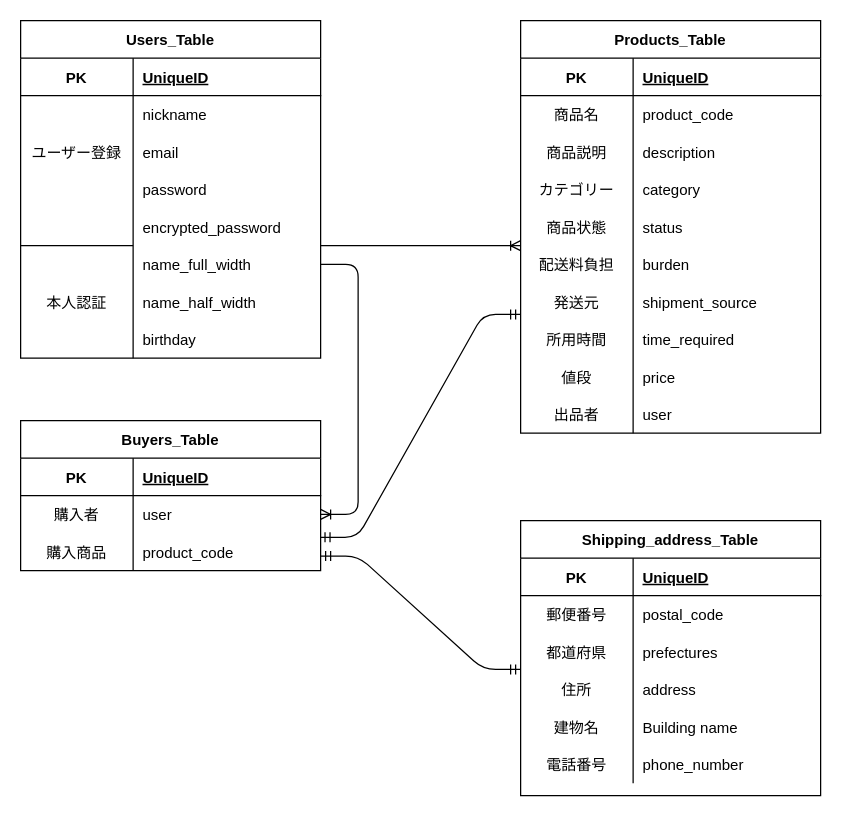
The draw.io diagram furima-35965.dio in naoyanman-hashimoto/furima-35965, before the edit. Source tidied: cells renumbered, new cells numbered last; positions are measured from the earlier drawing's top-left corner, leaving out a move shared by most shapes. Both pictures are drawn from the tidied source at 125%, with x=0, y=0 at pixel (20, 20).
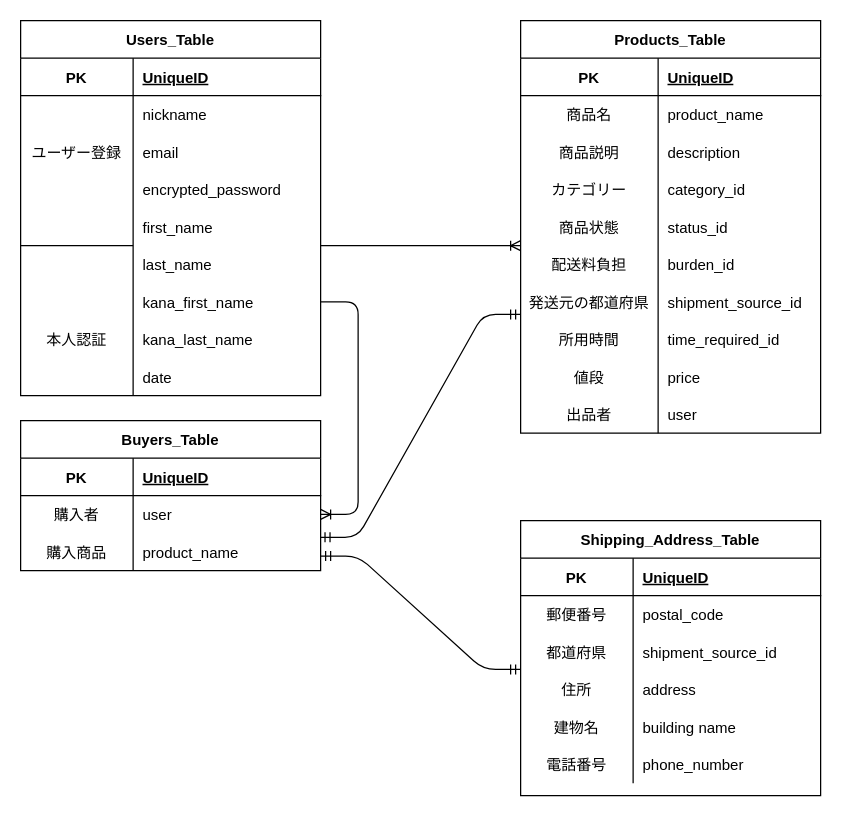
Above is the later version.

Commit message (it also covers changes not shown here):
READMEとER図の修正

The change refers to these unchanged cells:
```xml
<mxCell id="29" style="shape=partialRectangle;fillColor=none;top=0;left=0;bottom=1;right=0;" parent="28" vertex="1">
  <mxGeometry y="30" width="240" height="30" as="geometry" />
</mxCell>
<mxCell id="32" style="shape=partialRectangle;fillColor=none;top=0;left=0;bottom=0;right=0;" parent="28" vertex="1">
  <mxGeometry y="60" width="240" height="30" as="geometry" />
</mxCell>
<mxCell id="35" style="shape=partialRectangle;fillColor=none;top=0;left=0;bottom=0;right=0;" parent="28" vertex="1">
  <mxGeometry y="90" width="240" height="30" as="geometry" />
</mxCell>
<mxCell id="38" style="shape=partialRectangle;fillColor=none;top=0;left=0;bottom=0;right=0;" parent="28" vertex="1">
  <mxGeometry y="120" width="240" height="30" as="geometry" />
</mxCell>
<mxCell id="41" style="shape=partialRectangle;fillColor=none;top=0;left=0;bottom=0;right=0;" parent="28" vertex="1">
  <mxGeometry y="150" width="240" height="30" as="geometry" />
</mxCell>
<mxCell id="44" style="shape=partialRectangle;fillColor=none;top=0;left=0;bottom=0;right=0;points=[[0,0.5],[1,0.5]];portConstraint=eastwest;" parent="28" vertex="1">
  <mxGeometry y="180" width="240" height="30" as="geometry" />
</mxCell>
<mxCell id="47" style="shape=partialRectangle;fillColor=none;top=0;left=0;bottom=0;right=0;" parent="28" vertex="1">
  <mxGeometry y="210" width="240" height="30" as="geometry" />
</mxCell>
<mxCell id="50" style="shape=partialRectangle;fillColor=none;top=0;left=0;bottom=0;right=0;" parent="28" vertex="1">
  <mxGeometry y="240" width="240" height="30" as="geometry" />
</mxCell>
<mxCell id="53" style="shape=partialRectangle;fillColor=none;top=0;left=0;bottom=0;right=0;" parent="28" vertex="1">
  <mxGeometry y="270" width="240" height="30" as="geometry" />
</mxCell>
<mxCell id="56" style="shape=partialRectangle;fillColor=none;top=0;left=0;bottom=0;right=0;" parent="28" vertex="1">
  <mxGeometry y="300" width="240" height="30" as="geometry" />
</mxCell>
<mxCell id="63" style="shape=partialRectangle;fillColor=none;top=0;left=0;bottom=0;right=0;points=[[0,0.5],[1,0.5]];portConstraint=eastwest;" parent="59" vertex="1">
  <mxGeometry y="60" width="240" height="30" as="geometry" />
</mxCell>
<mxCell id="66" style="shape=partialRectangle;fillColor=none;top=0;left=0;bottom=0;right=0;points=[[0,0.5],[1,0.5]];portConstraint=eastwest;" parent="59" vertex="1">
  <mxGeometry y="90" width="240" height="30" as="geometry" />
</mxCell>
<mxCell id="79" style="shape=partialRectangle;fillColor=none;top=0;left=0;bottom=0;right=0;" parent="72" vertex="1">
  <mxGeometry y="90" width="240" height="30" as="geometry" />
</mxCell>
<mxCell id="85" style="shape=partialRectangle;fillColor=none;top=0;left=0;bottom=0;right=0;" parent="72" vertex="1">
  <mxGeometry y="150" width="240" height="30" as="geometry" />
</mxCell>
```

The edit, as a diff of the source:
```diff
@@
     <mxCell id="2" value="Users_Table" style="shape=table;startSize=30;childLayout=tableLayout;rowLines=0;fontStyle=1;align=center;" parent="1" vertex="1">
-      <mxGeometry width="240" height="270" as="geometry" />
+      <mxGeometry width="240" height="300" as="geometry" />
     </mxCell>
@@
-    <mxCell id="12" style="shape=partialRectangle;fillColor=none;top=0;left=0;bottom=0;right=0;" parent="2" vertex="1">
-      <mxGeometry y="120" width="240" height="30" as="geometry" />
-    </mxCell>
-    <mxCell id="13" style="shape=partialRectangle;fillColor=none;top=0;left=0;bottom=0;right=0;overflow=hidden;" parent="12" vertex="1">
-      <mxGeometry width="90" height="30" as="geometry" />
-    </mxCell>
-    <mxCell id="14" value="password" style="shape=partialRectangle;fillColor=none;top=0;left=0;bottom=0;right=0;align=left;spacingLeft=6;overflow=hidden;" parent="12" vertex="1">
-      <mxGeometry x="90" width="150" height="30" as="geometry" />
-    </mxCell>
     <mxCell id="15" style="shape=partialRectangle;fillColor=none;top=0;left=0;bottom=0;right=0;" parent="2" vertex="1">
-      <mxGeometry y="150" width="240" height="30" as="geometry" />
+      <mxGeometry y="120" width="240" height="30" as="geometry" />
     </mxCell>
@@
     <mxCell id="18" style="shape=partialRectangle;fillColor=none;top=0;left=0;bottom=0;right=0;points=[[0,0.5],[1,0.5]];portConstraint=eastwest;" parent="2" vertex="1">
-      <mxGeometry y="180" width="240" height="30" as="geometry" />
+      <mxGeometry y="150" width="240" height="30" as="geometry" />
     </mxCell>
@@
-    <mxCell id="20" value="name_full_width" style="shape=partialRectangle;fillColor=none;top=0;left=0;bottom=0;right=0;align=left;spacingLeft=6;overflow=hidden;" parent="18" vertex="1">
+    <mxCell id="20" value="first_name" style="shape=partialRectangle;fillColor=none;top=0;left=0;bottom=0;right=0;align=left;spacingLeft=6;overflow=hidden;" parent="18" vertex="1">
       <mxGeometry x="90" width="150" height="30" as="geometry" />
     </mxCell>
+    <mxCell id="92" style="shape=partialRectangle;fillColor=none;top=0;left=0;bottom=0;right=0;" parent="2" vertex="1">
+      <mxGeometry y="180" width="240" height="30" as="geometry" />
+    </mxCell>
+    <mxCell id="93" style="shape=partialRectangle;fillColor=none;top=0;left=0;bottom=0;right=0;overflow=hidden;" parent="92" vertex="1">
+      <mxGeometry width="90" height="30" as="geometry" />
+    </mxCell>
+    <mxCell id="94" value="last_name" style="shape=partialRectangle;fillColor=none;top=0;left=0;bottom=0;right=0;align=left;spacingLeft=6;overflow=hidden;" parent="92" vertex="1">
+      <mxGeometry x="90" width="150" height="30" as="geometry" />
+    </mxCell>
+    <mxCell id="95" style="shape=partialRectangle;fillColor=none;top=0;left=0;bottom=0;right=0;points=[[0,0.5],[1,0.5]];portConstraint=eastwest;" parent="2" vertex="1">
+      <mxGeometry y="210" width="240" height="30" as="geometry" />
+    </mxCell>
+    <mxCell id="96" style="shape=partialRectangle;fillColor=none;top=0;left=0;bottom=0;right=0;overflow=hidden;" parent="95" vertex="1">
+      <mxGeometry width="90" height="30" as="geometry" />
+    </mxCell>
+    <mxCell id="97" value="kana_first_name" style="shape=partialRectangle;fillColor=none;top=0;left=0;bottom=0;right=0;align=left;spacingLeft=6;overflow=hidden;" parent="95" vertex="1">
+      <mxGeometry x="90" width="150" height="30" as="geometry" />
+    </mxCell>
     <mxCell id="21" style="shape=partialRectangle;fillColor=none;top=0;left=0;bottom=0;right=0;" parent="2" vertex="1">
-      <mxGeometry y="210" width="240" height="30" as="geometry" />
+      <mxGeometry y="240" width="240" height="30" as="geometry" />
     </mxCell>
@@
-    <mxCell id="23" value="name_half_width" style="shape=partialRectangle;fillColor=none;top=0;left=0;bottom=0;right=0;align=left;spacingLeft=6;overflow=hidden;" parent="21" vertex="1">
+    <mxCell id="23" value="kana_last_name" style="shape=partialRectangle;fillColor=none;top=0;left=0;bottom=0;right=0;align=left;spacingLeft=6;overflow=hidden;" parent="21" vertex="1">
       <mxGeometry x="90" width="150" height="30" as="geometry" />
     </mxCell>
     <mxCell id="24" style="shape=partialRectangle;fillColor=none;top=0;left=0;bottom=0;right=0;" parent="2" vertex="1">
-      <mxGeometry y="240" width="240" height="30" as="geometry" />
+      <mxGeometry y="270" width="240" height="30" as="geometry" />
     </mxCell>
@@
-    <mxCell id="26" value="birthday" style="shape=partialRectangle;fillColor=none;top=0;left=0;bottom=0;right=0;align=left;spacingLeft=6;overflow=hidden;" parent="24" vertex="1">
+    <mxCell id="26" value="date" style="shape=partialRectangle;fillColor=none;top=0;left=0;bottom=0;right=0;align=left;spacingLeft=6;overflow=hidden;" parent="24" vertex="1">
       <mxGeometry x="90" width="150" height="30" as="geometry" />
     </mxCell>
@@
     <mxCell id="30" value="PK" style="shape=partialRectangle;fillColor=none;top=0;left=0;bottom=0;right=0;fontStyle=1;overflow=hidden;" parent="29" vertex="1">
-      <mxGeometry width="90" height="30" as="geometry" />
+      <mxGeometry width="110" height="30" as="geometry" />
     </mxCell>
     <mxCell id="31" value="UniqueID" style="shape=partialRectangle;fillColor=none;top=0;left=0;bottom=0;right=0;align=left;spacingLeft=6;fontStyle=5;overflow=hidden;" parent="29" vertex="1">
-      <mxGeometry x="90" width="150" height="30" as="geometry" />
+      <mxGeometry x="110" width="130" height="30" as="geometry" />
     </mxCell>
@@
     <mxCell id="33" value="商品名" style="shape=partialRectangle;fillColor=none;top=0;left=0;bottom=0;right=0;overflow=hidden;" parent="32" vertex="1">
-      <mxGeometry width="90" height="30" as="geometry" />
+      <mxGeometry width="110" height="30" as="geometry" />
     </mxCell>
-    <mxCell id="34" value="product_code" style="shape=partialRectangle;fillColor=none;top=0;left=0;bottom=0;right=0;align=left;spacingLeft=6;overflow=hidden;" parent="32" vertex="1">
-      <mxGeometry x="90" width="150" height="30" as="geometry" />
+    <mxCell id="34" value="product_name" style="shape=partialRectangle;fillColor=none;top=0;left=0;bottom=0;right=0;align=left;spacingLeft=6;overflow=hidden;" parent="32" vertex="1">
+      <mxGeometry x="110" width="130" height="30" as="geometry" />
     </mxCell>
@@
     <mxCell id="36" value="商品説明" style="shape=partialRectangle;fillColor=none;top=0;left=0;bottom=0;right=0;overflow=hidden;" parent="35" vertex="1">
-      <mxGeometry width="90" height="30" as="geometry" />
+      <mxGeometry width="110" height="30" as="geometry" />
     </mxCell>
     <mxCell id="37" value="description" style="shape=partialRectangle;fillColor=none;top=0;left=0;bottom=0;right=0;align=left;spacingLeft=6;overflow=hidden;" parent="35" vertex="1">
-      <mxGeometry x="90" width="150" height="30" as="geometry" />
+      <mxGeometry x="110" width="130" height="30" as="geometry" />
     </mxCell>
@@
     <mxCell id="39" value="カテゴリー" style="shape=partialRectangle;fillColor=none;top=0;left=0;bottom=0;right=0;overflow=hidden;" parent="38" vertex="1">
-      <mxGeometry width="90" height="30" as="geometry" />
+      <mxGeometry width="110" height="30" as="geometry" />
     </mxCell>
-    <mxCell id="40" value="category" style="shape=partialRectangle;fillColor=none;top=0;left=0;bottom=0;right=0;align=left;spacingLeft=6;overflow=hidden;" parent="38" vertex="1">
-      <mxGeometry x="90" width="150" height="30" as="geometry" />
+    <mxCell id="40" value="category_id" style="shape=partialRectangle;fillColor=none;top=0;left=0;bottom=0;right=0;align=left;spacingLeft=6;overflow=hidden;" parent="38" vertex="1">
+      <mxGeometry x="110" width="130" height="30" as="geometry" />
     </mxCell>
@@
     <mxCell id="42" value="商品状態" style="shape=partialRectangle;fillColor=none;top=0;left=0;bottom=0;right=0;overflow=hidden;" parent="41" vertex="1">
-      <mxGeometry width="90" height="30" as="geometry" />
+      <mxGeometry width="110" height="30" as="geometry" />
     </mxCell>
-    <mxCell id="43" value="status" style="shape=partialRectangle;fillColor=none;top=0;left=0;bottom=0;right=0;align=left;spacingLeft=6;overflow=hidden;" parent="41" vertex="1">
-      <mxGeometry x="90" width="150" height="30" as="geometry" />
+    <mxCell id="43" value="status_id" style="shape=partialRectangle;fillColor=none;top=0;left=0;bottom=0;right=0;align=left;spacingLeft=6;overflow=hidden;" parent="41" vertex="1">
+      <mxGeometry x="110" width="130" height="30" as="geometry" />
     </mxCell>
@@
     <mxCell id="45" value="配送料負担" style="shape=partialRectangle;fillColor=none;top=0;left=0;bottom=0;right=0;overflow=hidden;" parent="44" vertex="1">
-      <mxGeometry width="90" height="30" as="geometry" />
+      <mxGeometry width="110" height="30" as="geometry" />
     </mxCell>
-    <mxCell id="46" value="burden" style="shape=partialRectangle;fillColor=none;top=0;left=0;bottom=0;right=0;align=left;spacingLeft=6;overflow=hidden;" parent="44" vertex="1">
-      <mxGeometry x="90" width="150" height="30" as="geometry" />
+    <mxCell id="46" value="burden_id" style="shape=partialRectangle;fillColor=none;top=0;left=0;bottom=0;right=0;align=left;spacingLeft=6;overflow=hidden;" parent="44" vertex="1">
+      <mxGeometry x="110" width="130" height="30" as="geometry" />
     </mxCell>
@@
-    <mxCell id="48" value="発送元" style="shape=partialRectangle;fillColor=none;top=0;left=0;bottom=0;right=0;overflow=hidden;" parent="47" vertex="1">
-      <mxGeometry width="90" height="30" as="geometry" />
+    <mxCell id="48" value="発送元の都道府県" style="shape=partialRectangle;fillColor=none;top=0;left=0;bottom=0;right=0;overflow=hidden;" parent="47" vertex="1">
+      <mxGeometry width="110" height="30" as="geometry" />
     </mxCell>
-    <mxCell id="49" value="shipment_source" style="shape=partialRectangle;fillColor=none;top=0;left=0;bottom=0;right=0;align=left;spacingLeft=6;overflow=hidden;" parent="47" vertex="1">
-      <mxGeometry x="90" width="150" height="30" as="geometry" />
+    <mxCell id="49" value="shipment_source_id " style="shape=partialRectangle;fillColor=none;top=0;left=0;bottom=0;right=0;align=left;spacingLeft=6;overflow=hidden;" parent="47" vertex="1">
+      <mxGeometry x="110" width="130" height="30" as="geometry" />
     </mxCell>
@@
     <mxCell id="51" value="所用時間" style="shape=partialRectangle;fillColor=none;top=0;left=0;bottom=0;right=0;overflow=hidden;" parent="50" vertex="1">
-      <mxGeometry width="90" height="30" as="geometry" />
+      <mxGeometry width="110" height="30" as="geometry" />
     </mxCell>
-    <mxCell id="52" value="time_required" style="shape=partialRectangle;fillColor=none;top=0;left=0;bottom=0;right=0;align=left;spacingLeft=6;overflow=hidden;" parent="50" vertex="1">
-      <mxGeometry x="90" width="150" height="30" as="geometry" />
+    <mxCell id="52" value="time_required_id" style="shape=partialRectangle;fillColor=none;top=0;left=0;bottom=0;right=0;align=left;spacingLeft=6;overflow=hidden;" parent="50" vertex="1">
+      <mxGeometry x="110" width="130" height="30" as="geometry" />
     </mxCell>
@@
     <mxCell id="54" value="値段" style="shape=partialRectangle;fillColor=none;top=0;left=0;bottom=0;right=0;overflow=hidden;" parent="53" vertex="1">
-      <mxGeometry width="90" height="30" as="geometry" />
+      <mxGeometry width="110" height="30" as="geometry" />
     </mxCell>
     <mxCell id="55" value="price" style="shape=partialRectangle;fillColor=none;top=0;left=0;bottom=0;right=0;align=left;spacingLeft=6;overflow=hidden;" parent="53" vertex="1">
-      <mxGeometry x="90" width="150" height="30" as="geometry" />
+      <mxGeometry x="110" width="130" height="30" as="geometry" />
     </mxCell>
@@
     <mxCell id="57" value="出品者" style="shape=partialRectangle;fillColor=none;top=0;left=0;bottom=0;right=0;overflow=hidden;" parent="56" vertex="1">
-      <mxGeometry width="90" height="30" as="geometry" />
+      <mxGeometry width="110" height="30" as="geometry" />
     </mxCell>
     <mxCell id="58" value="user" style="shape=partialRectangle;fillColor=none;top=0;left=0;bottom=0;right=0;align=left;spacingLeft=6;overflow=hidden;" parent="56" vertex="1">
-      <mxGeometry x="90" width="150" height="30" as="geometry" />
+      <mxGeometry x="110" width="130" height="30" as="geometry" />
     </mxCell>
@@
-    <mxCell id="68" value="product_code" style="shape=partialRectangle;fillColor=none;top=0;left=0;bottom=0;right=0;align=left;spacingLeft=6;overflow=hidden;" parent="66" vertex="1">
+    <mxCell id="68" value="product_name" style="shape=partialRectangle;fillColor=none;top=0;left=0;bottom=0;right=0;align=left;spacingLeft=6;overflow=hidden;" parent="66" vertex="1">
       <mxGeometry x="90" width="150" height="30" as="geometry" />
     </mxCell>
@@
-    <mxCell id="70" style="edgeStyle=entityRelationEdgeStyle;fontSize=12;html=1;endArrow=ERoneToMany;" parent="1" edge="1" source="18" target="63">
+    <mxCell id="70" style="edgeStyle=entityRelationEdgeStyle;fontSize=12;html=1;endArrow=ERoneToMany;exitX=1;exitY=0.5;exitDx=0;exitDy=0;" parent="1" edge="1" source="95" target="63">
       <mxGeometry relative="1" as="geometry" />
     </mxCell>
@@
-    <mxCell id="72" value="Shipping_address_Table" style="shape=table;startSize=30;childLayout=tableLayout;rowLines=0;fontStyle=1;align=center;" parent="1" vertex="1">
+    <mxCell id="72" value="Shipping_Address_Table" style="shape=table;startSize=30;childLayout=tableLayout;rowLines=0;fontStyle=1;align=center;" parent="1" vertex="1">
       <mxGeometry x="400" y="400" width="240" height="220" as="geometry" />
     </mxCell>
@@
-    <mxCell id="81" value="prefectures" style="shape=partialRectangle;fillColor=none;top=0;left=0;bottom=0;right=0;align=left;spacingLeft=6;overflow=hidden;" parent="79" vertex="1">
+    <mxCell id="81" value="shipment_source_id" style="shape=partialRectangle;fillColor=none;top=0;left=0;bottom=0;right=0;align=left;spacingLeft=6;overflow=hidden;" parent="79" vertex="1">
       <mxGeometry x="90" width="150" height="30" as="geometry" />
     </mxCell>
@@
-    <mxCell id="87" value="Building name" style="shape=partialRectangle;fillColor=none;top=0;left=0;bottom=0;right=0;align=left;spacingLeft=6;overflow=hidden;" parent="85" vertex="1">
+    <mxCell id="87" value="building name" style="shape=partialRectangle;fillColor=none;top=0;left=0;bottom=0;right=0;align=left;spacingLeft=6;overflow=hidden;" parent="85" vertex="1">
       <mxGeometry x="90" width="150" height="30" as="geometry" />
     </mxCell>
```
